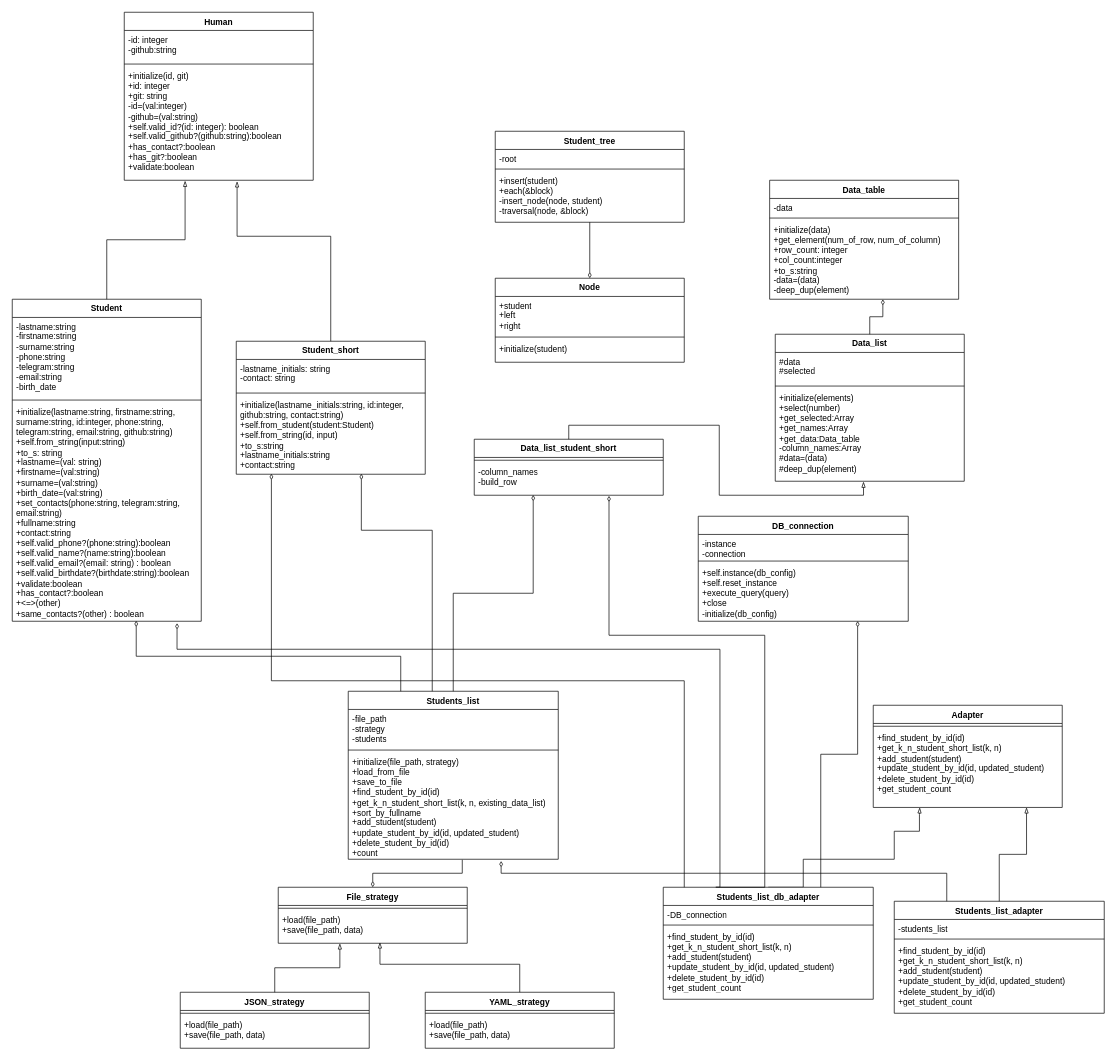
Before: Students/Students.drawio in avtss/Patterns, a draw.io diagram. Source tidied: cells renumbered, new cells numbered last; positions are measured from the earlier drawing's top-left corner, leaving out a move shared by most shapes. Both pictures are drawn from the tidied source at 70%, with x=0, y=0 at pixel (12, 12).
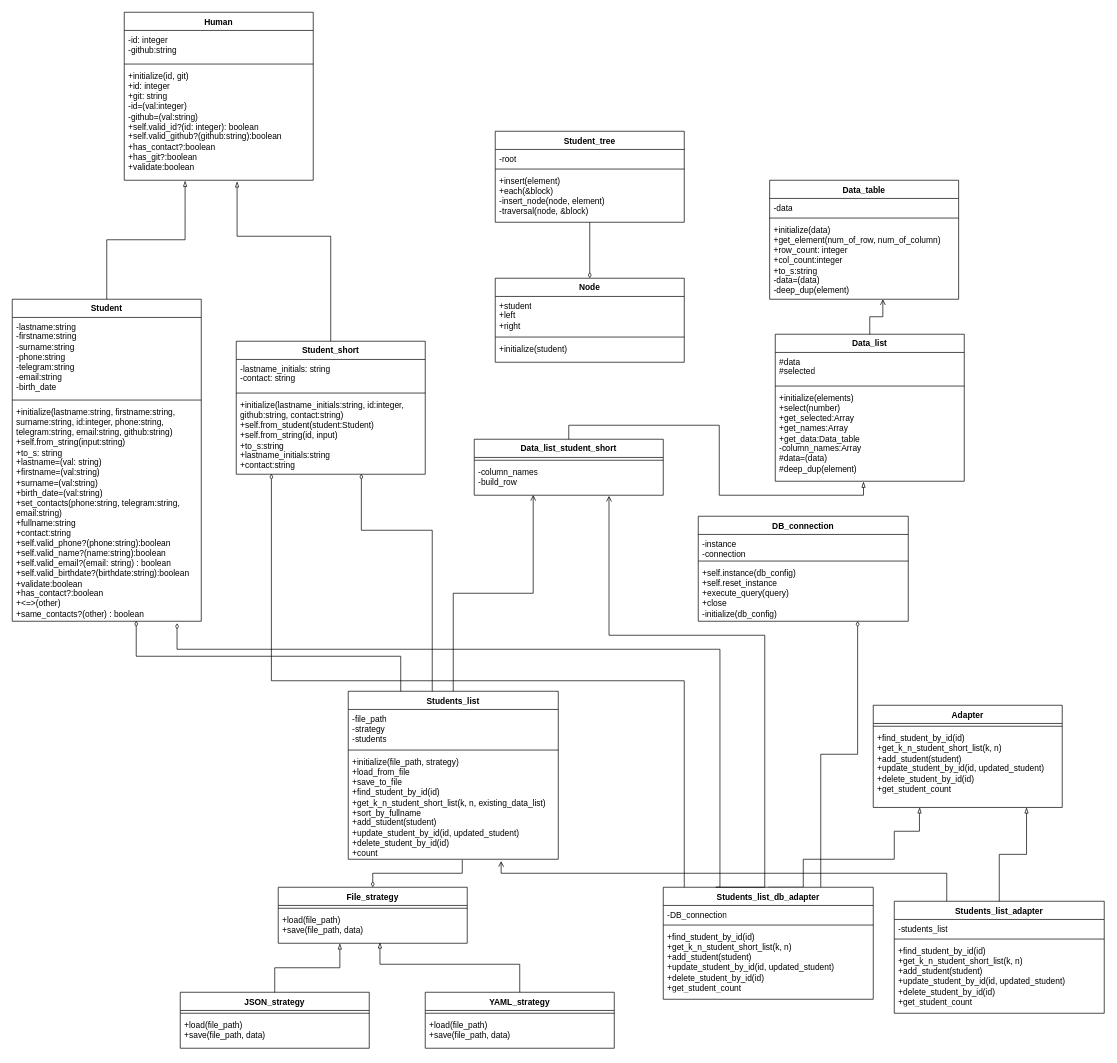
Above is the later version.

Commit message (it also covers changes not shown here):
Lab4. Fixed class giagram

Unchanged cells that the change refers to:
```xml
<mxCell id="16" value="Data_list" style="swimlane;fontStyle=1;align=center;verticalAlign=top;horizontal=1;startSize=26;whiteSpace=wrap;html=1;" parent="1" vertex="1">
  <mxGeometry x="1090" y="460" width="270" height="210" as="geometry" />
</mxCell>
<mxCell id="22" value="-column_names&lt;div&gt;-build_row&lt;/div&gt;" style="text;strokeColor=none;fillColor=none;align=left;verticalAlign=top;spacingLeft=4;spacingRight=4;overflow=hidden;points=[[0,0.5],[1,0.5]];portConstraint=eastwest;whiteSpace=wrap;html=1;" parent="20" vertex="1">
  <mxGeometry y="34" width="270" height="46" as="geometry" />
</mxCell>
<mxCell id="27" value="+initialize(data)&lt;div&gt;+get_element(num_of_row, num_of_column)&lt;/div&gt;&lt;div&gt;+row_count: integer&lt;/div&gt;&lt;div&gt;+col_count:integer&lt;/div&gt;&lt;div&gt;+to_s:string&lt;/div&gt;&lt;div&gt;-data=(data)&lt;/div&gt;&lt;div&gt;-deep_dup(element)&lt;/div&gt;" style="text;strokeColor=none;fillColor=none;align=left;verticalAlign=top;spacingLeft=4;spacingRight=4;overflow=hidden;points=[[0,0.5],[1,0.5]];portConstraint=eastwest;whiteSpace=wrap;html=1;" parent="24" vertex="1">
  <mxGeometry y="58" width="270" height="112" as="geometry" />
</mxCell>
<mxCell id="28" value="Students_list" style="swimlane;fontStyle=1;align=center;verticalAlign=top;horizontal=1;startSize=26;whiteSpace=wrap;html=1;" parent="1" vertex="1">
  <mxGeometry x="480" y="970" width="300" height="240" as="geometry" />
</mxCell>
<mxCell id="31" value="+initialize(file_path, strategy)&lt;div&gt;+load_from_file&lt;/div&gt;&lt;div&gt;+save_to_file&lt;/div&gt;&lt;div&gt;+find_student_by_id(id)&lt;/div&gt;&lt;div&gt;+get_k_n_student_short_list(k, n, existing_data_list)&lt;/div&gt;&lt;div&gt;+sort_by_fullname&lt;/div&gt;&lt;div&gt;+add_student(student)&lt;/div&gt;&lt;div&gt;+update_student_by_id(id, updated_student)&lt;/div&gt;&lt;div&gt;+delete_student_by_id(id)&lt;/div&gt;&lt;div&gt;+count&lt;/div&gt;" style="text;strokeColor=none;fillColor=none;align=left;verticalAlign=top;spacingLeft=4;spacingRight=4;overflow=hidden;points=[[0,0.5],[1,0.5]];portConstraint=eastwest;whiteSpace=wrap;html=1;" parent="28" vertex="1">
  <mxGeometry y="88" width="300" height="152" as="geometry" />
</mxCell>
<mxCell id="33" value="Student_tree" style="swimlane;fontStyle=1;align=center;verticalAlign=top;horizontal=1;startSize=26;whiteSpace=wrap;html=1;" parent="1" vertex="1">
  <mxGeometry x="690" y="170" width="270" height="130" as="geometry" />
</mxCell>
<mxCell id="57" value="Students_list_db_adapter" style="swimlane;fontStyle=1;align=center;verticalAlign=top;horizontal=1;startSize=26;whiteSpace=wrap;html=1;" parent="1" vertex="1">
  <mxGeometry x="930" y="1250" width="300" height="160" as="geometry" />
</mxCell>
<mxCell id="61" value="Students_list_adapter" style="swimlane;fontStyle=1;align=center;verticalAlign=top;horizontal=1;startSize=26;whiteSpace=wrap;html=1;" parent="1" vertex="1">
  <mxGeometry x="1260" y="1270" width="300" height="160" as="geometry" />
</mxCell>
```

Diff of the diagram source:
```diff
@@
-    <mxCell id="36" value="+insert(student)&lt;div&gt;+each(&amp;amp;block)&lt;/div&gt;&lt;div&gt;-insert_node(node, student)&lt;/div&gt;&lt;div&gt;-traversal(node, &amp;amp;block)&lt;/div&gt;" style="text;strokeColor=none;fillColor=none;align=left;verticalAlign=top;spacingLeft=4;spacingRight=4;overflow=hidden;whiteSpace=wrap;html=1;" parent="33" vertex="1">
+    <mxCell id="36" value="+insert(element)&lt;div&gt;+each(&amp;amp;block)&lt;/div&gt;&lt;div&gt;-insert_node(node, element)&lt;/div&gt;&lt;div&gt;-traversal(node, &amp;amp;block)&lt;/div&gt;" style="text;strokeColor=none;fillColor=none;align=left;verticalAlign=top;spacingLeft=4;spacingRight=4;overflow=hidden;whiteSpace=wrap;html=1;" parent="33" vertex="1">
       <mxGeometry y="58" width="270" height="72" as="geometry" />
     </mxCell>
@@
-    <mxCell id="66" style="edgeStyle=orthogonalEdgeStyle;rounded=0;jettySize=auto;html=1;exitX=0.25;exitY=0;exitDx=0;exitDy=0;entryX=0.713;entryY=1.018;entryDx=0;entryDy=0;entryPerimeter=0;endArrow=diamondThin;endFill=0;" parent="1" edge="1" source="57" target="22">
+    <mxCell id="66" style="edgeStyle=orthogonalEdgeStyle;rounded=0;jettySize=auto;html=1;exitX=0.25;exitY=0;exitDx=0;exitDy=0;entryX=0.713;entryY=1.018;entryDx=0;entryDy=0;entryPerimeter=0;endArrow=open;endFill=0;" parent="1" edge="1" source="57" target="22">
       <mxGeometry relative="1" as="geometry">
         <Array as="points">
           <mxPoint x="1075" y="890" />
           <mxPoint x="853" y="890" />
         </Array>
       </mxGeometry>
     </mxCell>
-    <mxCell id="67" style="edgeStyle=orthogonalEdgeStyle;rounded=0;jettySize=auto;html=1;exitX=0.5;exitY=0;exitDx=0;exitDy=0;entryX=0.312;entryY=0.992;entryDx=0;entryDy=0;entryPerimeter=0;endArrow=diamondThin;endFill=0;" parent="1" edge="1" source="28" target="22">
+    <mxCell id="67" style="edgeStyle=orthogonalEdgeStyle;rounded=0;jettySize=auto;html=1;exitX=0.5;exitY=0;exitDx=0;exitDy=0;entryX=0.312;entryY=0.992;entryDx=0;entryDy=0;entryPerimeter=0;endArrow=open;endFill=0;" parent="1" edge="1" source="28" target="22">
       <mxGeometry relative="1" as="geometry" />
     </mxCell>
-    <mxCell id="68" style="edgeStyle=orthogonalEdgeStyle;rounded=0;jettySize=auto;html=1;exitX=0.25;exitY=0;exitDx=0;exitDy=0;entryX=0.728;entryY=1.017;entryDx=0;entryDy=0;entryPerimeter=0;endArrow=diamondThin;endFill=0;" parent="1" edge="1" source="61" target="31">
+    <mxCell id="68" style="edgeStyle=orthogonalEdgeStyle;rounded=0;jettySize=auto;html=1;exitX=0.25;exitY=0;exitDx=0;exitDy=0;entryX=0.728;entryY=1.017;entryDx=0;entryDy=0;entryPerimeter=0;endArrow=open;endFill=0;" parent="1" edge="1" source="61" target="31">
       <mxGeometry relative="1" as="geometry">
         <Array as="points">
           <mxPoint x="1335" y="1230" />
           <mxPoint x="698" y="1230" />
         </Array>
       </mxGeometry>
     </mxCell>
-    <mxCell id="69" style="edgeStyle=orthogonalEdgeStyle;rounded=0;jettySize=auto;html=1;exitX=0.5;exitY=0;exitDx=0;exitDy=0;entryX=0.599;entryY=1;entryDx=0;entryDy=0;entryPerimeter=0;endArrow=diamondThin;endFill=0;" parent="1" edge="1" source="16" target="27">
+    <mxCell id="69" style="edgeStyle=orthogonalEdgeStyle;rounded=0;jettySize=auto;html=1;exitX=0.5;exitY=0;exitDx=0;exitDy=0;entryX=0.599;entryY=1;entryDx=0;entryDy=0;entryPerimeter=0;endArrow=open;endFill=0;" parent="1" edge="1" source="16" target="27">
       <mxGeometry relative="1" as="geometry" />
     </mxCell>
```
